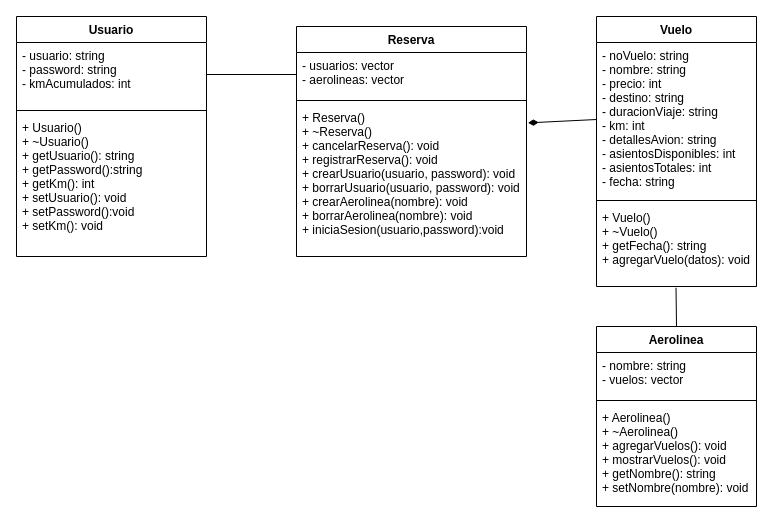
The draw.io diagram Proyecto/diagrama.drawio in AlexaBF/OOP, before the edit. Source tidied: cells renumbered, new cells numbered last; positions are measured from the earlier drawing's top-left corner, leaving out a move shared by most shapes. Both pictures are drawn from the tidied source at 100%, with x=0, y=0 at pixel (16, 16).
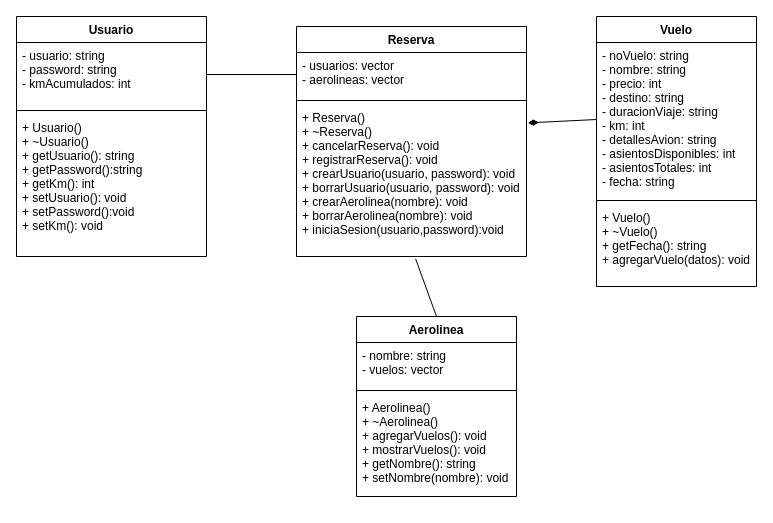
The same diagram, later.

Unchanged cells that the change refers to:
```xml
<mxCell id="13" value="+ Vuelo()&#10;+ ~Vuelo()&#10;+ getFecha(): string&#10;+ agregarVuelo(datos): void" style="text;strokeColor=none;fillColor=none;align=left;verticalAlign=top;spacingLeft=4;spacingRight=4;overflow=hidden;points=[[0,0.5],[1,0.5]];portConstraint=eastwest;" parent="10" vertex="1">
  <mxGeometry y="188" width="160" height="82" as="geometry" />
</mxCell>
<mxCell id="17" value="+ Reserva()&#10;+ ~Reserva()&#10;+ cancelarReserva(): void&#10;+ registrarReserva(): void&#10;+ crearUsuario(usuario, password): void&#10;+ borrarUsuario(usuario, password): void&#10;+ crearAerolinea(nombre): void&#10;+ borrarAerolinea(nombre): void&#10;+ iniciaSesion(usuario,password):void" style="text;strokeColor=none;fillColor=none;align=left;verticalAlign=top;spacingLeft=4;spacingRight=4;overflow=hidden;points=[[0,0.5],[1,0.5]];portConstraint=eastwest;" parent="14" vertex="1">
  <mxGeometry y="78" width="230" height="152" as="geometry" />
</mxCell>
```

Diff of the diagram source:
```diff
@@
     <mxCell id="6" value="Aerolinea" style="swimlane;fontStyle=1;align=center;verticalAlign=top;horizontal=1;startSize=26;" parent="1" vertex="1">
-      <mxGeometry x="580" y="310" width="160" height="180" as="geometry" />
+      <mxGeometry x="340" y="300" width="160" height="180" as="geometry" />
     </mxCell>
@@
-    <mxCell id="19" style="endArrow=none;html=1;exitX=0.5;exitY=0;exitDx=0;exitDy=0;entryX=0.497;entryY=1.015;entryDx=0;entryDy=0;entryPerimeter=0;" parent="1" edge="1" source="6" target="13">
+    <mxCell id="19" style="endArrow=none;html=1;exitX=0.5;exitY=0;exitDx=0;exitDy=0;entryX=0.518;entryY=1.016;entryDx=0;entryDy=0;entryPerimeter=0;" parent="1" edge="1" source="6" target="17">
       <mxGeometry relative="1" as="geometry" />
     </mxCell>
```
